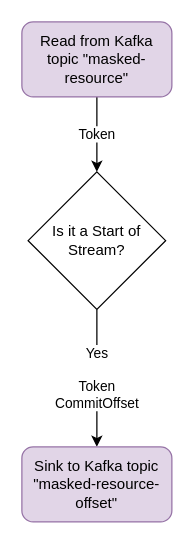
Before: topic-offset-service/doc/topic-offset-service.drawio in gchq/Palisade-services, a draw.io diagram. Source tidied: cells renumbered, new cells numbered last; positions are measured from the earlier drawing's top-left corner, leaving out a move shared by most shapes. Both pictures are drawn from the tidied source at 125%, with x=0, y=0 at pixel (21, 21).
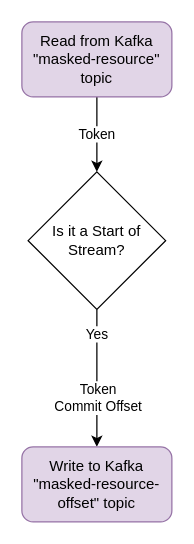
After the change.

What changed in the source:
```diff
@@
 <mxGraphModel>
   <root>
     <mxCell id="0" />
     <mxCell id="1" parent="0" />
     <mxCell id="2" value="&lt;div&gt;Token&lt;/div&gt;" style="edgeStyle=orthogonalEdgeStyle;rounded=0;jettySize=auto;html=1;exitX=0.5;exitY=1;exitDx=0;exitDy=0;entryX=0.5;entryY=0;entryDx=0;entryDy=0;" parent="1" edge="1" source="3" target="5">
       <mxGeometry relative="1" as="geometry" />
     </mxCell>
-    <mxCell id="3" value="Read from Kafka topic &quot;masked-resource&quot;" style="rounded=1;whiteSpace=wrap;html=1;fillColor=#e1d5e7;strokeColor=#9673a6;" parent="1" vertex="1">
+    <mxCell id="3" value="Read from Kafka &quot;masked-resource&quot; topic" style="rounded=1;whiteSpace=wrap;html=1;fillColor=#e1d5e7;strokeColor=#9673a6;" parent="1" vertex="1">
       <mxGeometry width="120" height="60" as="geometry" />
     </mxCell>
-    <mxCell id="4" value="Yes&lt;br&gt;&lt;br&gt;Token&lt;br&gt;CommitOffset" style="edgeStyle=orthogonalEdgeStyle;rounded=0;jettySize=auto;html=1;exitX=0.5;exitY=1;exitDx=0;exitDy=0;entryX=0.5;entryY=0;entryDx=0;entryDy=0;labelBackgroundColor=#ffffff;" parent="1" edge="1" source="5" target="6">
-      <mxGeometry relative="1" as="geometry" />
+    <mxCell id="4" value="Yes" style="edgeStyle=orthogonalEdgeStyle;rounded=0;jettySize=auto;html=1;exitX=0.5;exitY=1;exitDx=0;exitDy=0;entryX=0.5;entryY=0;entryDx=0;entryDy=0;labelBackgroundColor=#ffffff;" parent="1" edge="1" source="5" target="6">
+      <mxGeometry x="-0.64" relative="1" as="geometry" />
     </mxCell>
+    <mxCell id="7" value="Token&lt;br&gt;Commit Offset" style="edgeLabel;html=1;align=center;verticalAlign=middle;" parent="4" vertex="1">
+      <mxGeometry x="0.18" y="-3" relative="1" as="geometry">
+        <mxPoint x="3" y="5" as="offset" />
+      </mxGeometry>
+    </mxCell>
     <mxCell id="5" value="Is it a Start of Stream?" style="rhombus;whiteSpace=wrap;html=1;" parent="1" vertex="1">
       <mxGeometry x="5" y="120" width="110" height="110" as="geometry" />
     </mxCell>
-    <mxCell id="6" value="Sink to Kafka topic &quot;masked-resource-offset&quot;" style="rounded=1;whiteSpace=wrap;html=1;fillColor=#e1d5e7;strokeColor=#9673a6;" parent="1" vertex="1">
+    <mxCell id="6" value="Write to Kafka &quot;masked-resource-offset&quot; topic" style="rounded=1;whiteSpace=wrap;html=1;fillColor=#e1d5e7;strokeColor=#9673a6;" parent="1" vertex="1">
       <mxGeometry y="340" width="120" height="60" as="geometry" />
     </mxCell>
   </root>
 </mxGraphModel>
```
